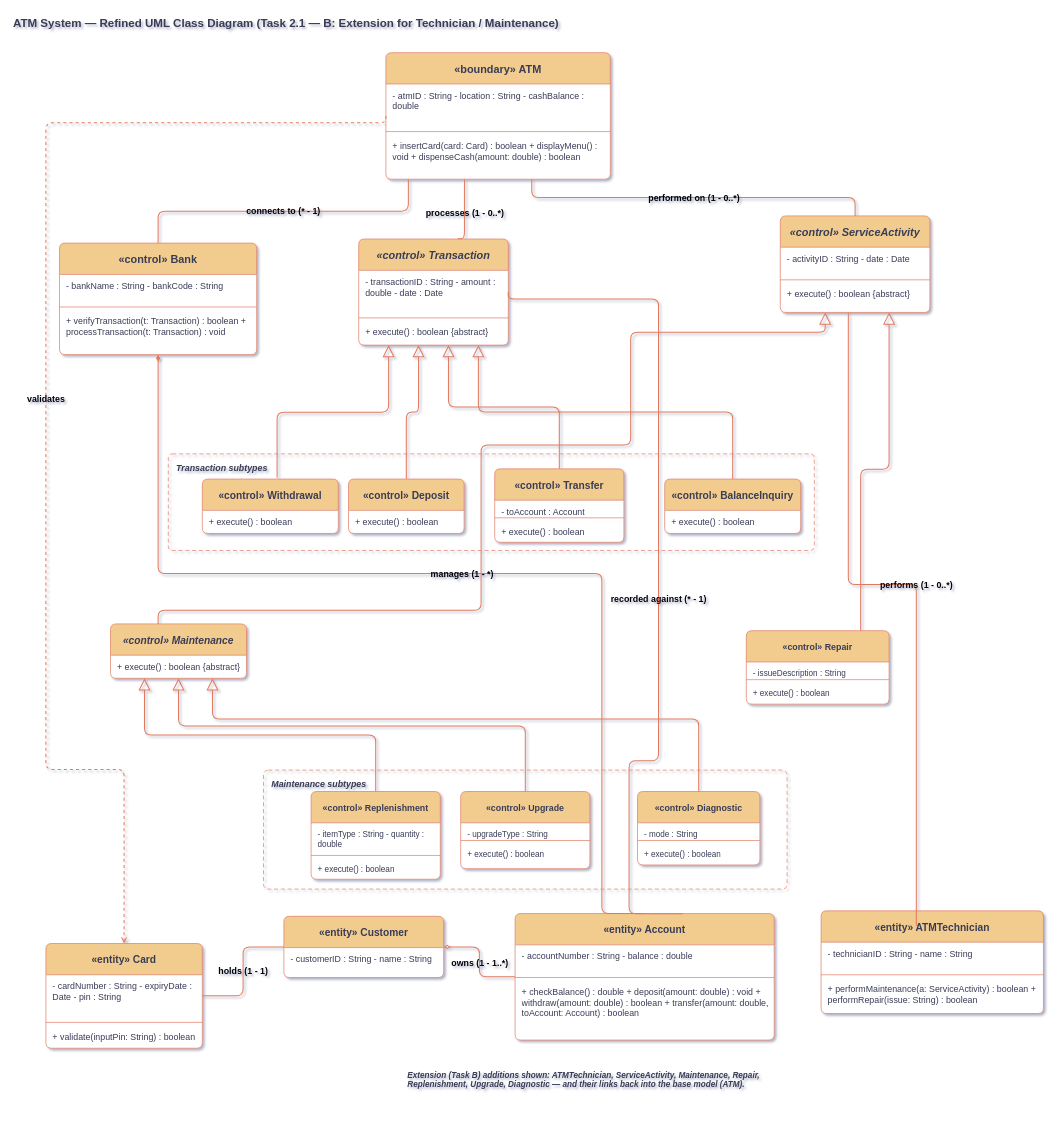
Earlier version of the draw.io diagram Refined UML Class Diagram -Task 2.1 — B.drawio (Moparapairayat/SE_ATM_UML_Diagram). Source tidied: cells renumbered, new cells numbered last; positions are measured from the earlier drawing's top-left corner, leaving out a move shared by most shapes. Both pictures are drawn from the tidied source at 68%, with x=0, y=0 at pixel (12, 12).
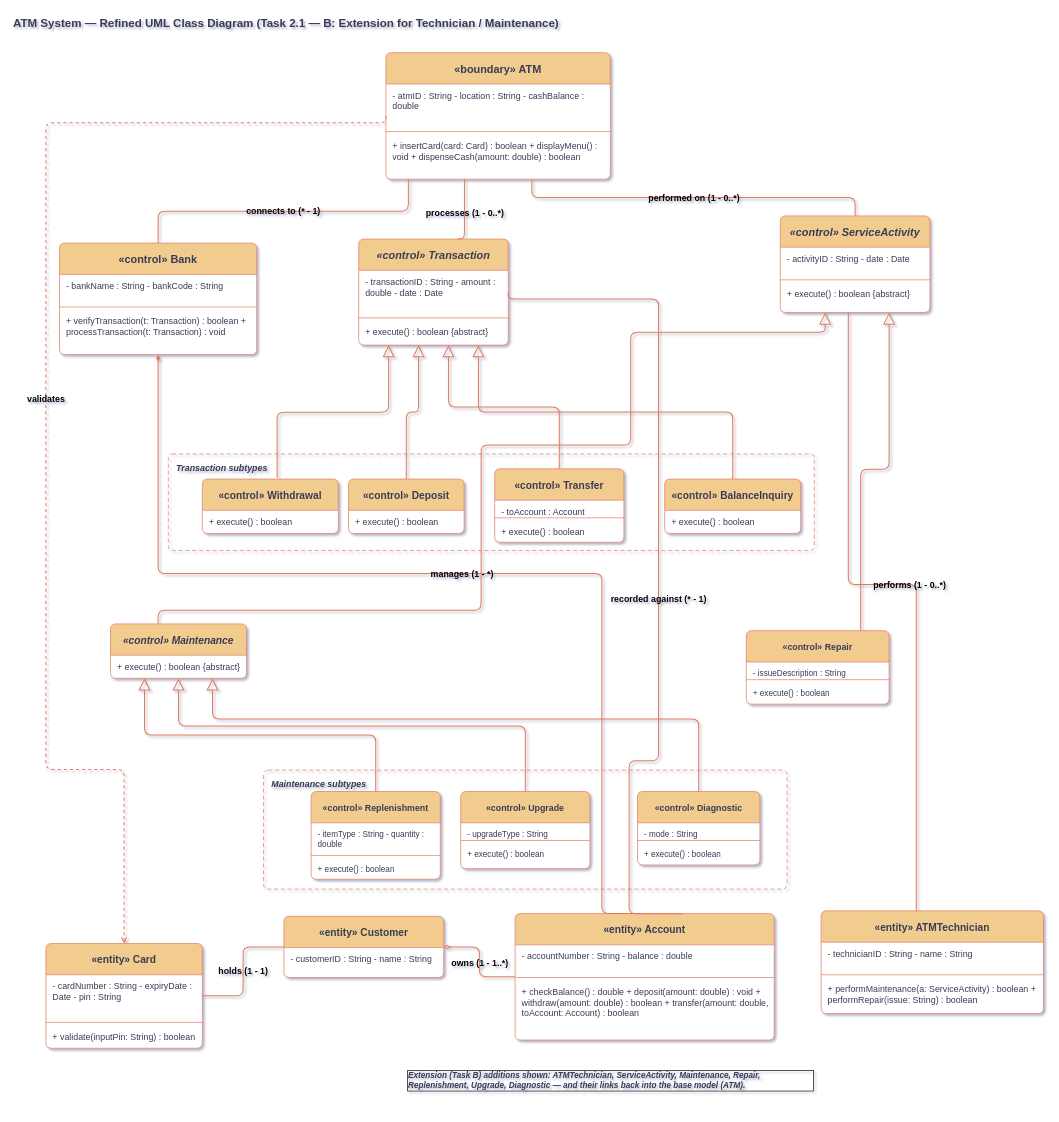
Above is the later version.

The edit, as a diff of the source:
```diff
@@
-    <mxCell id="75" value="performs  (1 - 0..*)" style="endArrow=none;html=1;fontSize=13;fontFamily=Helvetica;strokeColor=#E07A5F;strokeWidth=1.5;edgeStyle=orthogonalEdgeStyle;rounded=1;labelBackgroundColor=none;fontColor=default;exitX=0.5;exitY=0;entryX=0.5;entryY=1;fontStyle=1;" parent="1" edge="1">
+    <mxCell id="75" value="performs  (1 - 0..*)" style="endArrow=none;html=1;fontSize=13;fontFamily=Helvetica;strokeColor=#E07A5F;strokeWidth=1.5;edgeStyle=orthogonalEdgeStyle;rounded=1;labelBackgroundColor=none;fontColor=default;entryX=0.5;entryY=1;fontStyle=1;" parent="1" edge="1">
       <mxGeometry relative="1" as="geometry">
-        <mxPoint x="1330" y="1344" as="sourcePoint" />
+        <mxPoint x="1330" y="1323" as="sourcePoint" />
         <mxPoint x="1230" y="442" as="targetPoint" />
         <Array as="points">
           <mxPoint x="1330" y="842" />
           <mxPoint x="1230" y="842" />
         </Array>
       </mxGeometry>
     </mxCell>
@@
-    <mxCell id="81" value="Extension (Task B) additions shown: ATMTechnician, ServiceActivity, Maintenance, Repair, Replenishment, Upgrade, Diagnostic — and their links back into the base model (ATM)." style="text;align=left;verticalAlign=top;fontSize=12;fontStyle=3;fontFamily=Helvetica;fontColor=#393C56;whiteSpace=wrap;labelBackgroundColor=none;rounded=1;textShadow=0;" parent="1" vertex="1">
+    <mxCell id="81" value="Extension (Task B) additions shown: ATMTechnician, ServiceActivity, Maintenance, Repair, Replenishment, Upgrade, Diagnostic — and their links back into the base model (ATM)." style="text;align=left;verticalAlign=top;fontSize=12;fontStyle=3;fontFamily=Helvetica;fontColor=#393C56;whiteSpace=wrap;labelBackgroundColor=none;rounded=1;textShadow=0;labelBorderColor=default;" parent="1" vertex="1">
       <mxGeometry x="580" y="1550" width="600" height="60" as="geometry" />
     </mxCell>
```
